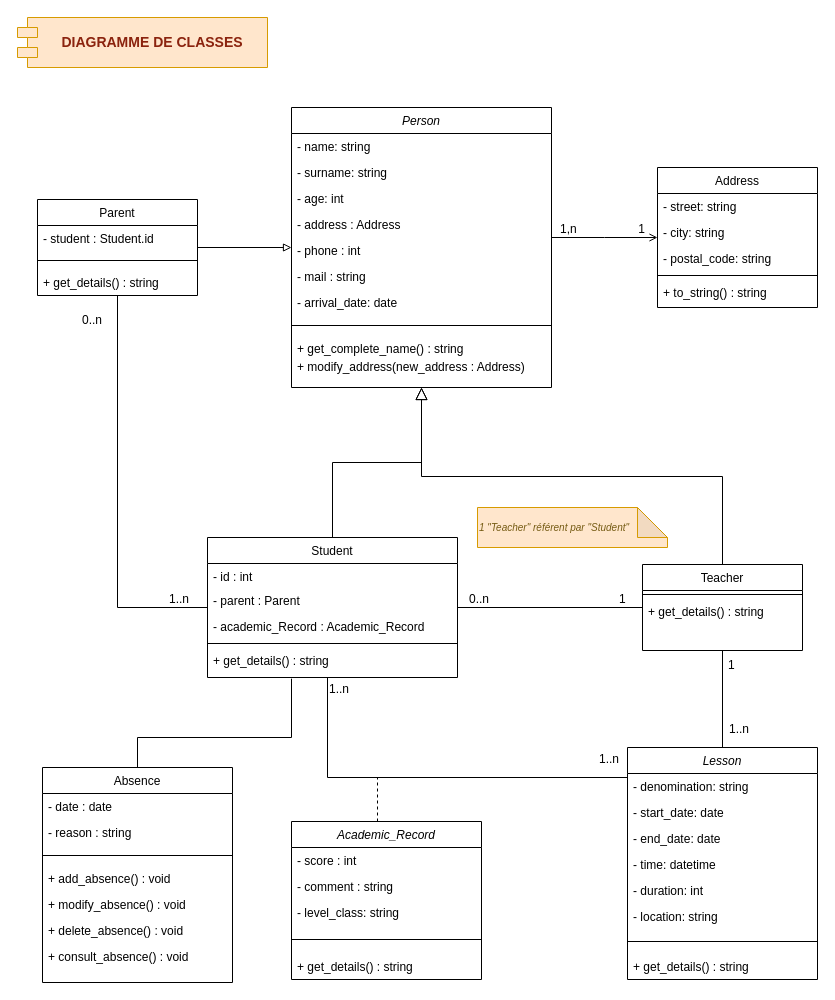
Above: doc/diagrammeClasse.drawio in MelissaHOA/EXO_Gestion_Ecole (draw.io), before the change. Source tidied: cells renumbered, new cells numbered last; positions are measured from the earlier drawing's top-left corner, leaving out a move shared by most shapes. Both pictures are drawn from the tidied source at 100%, with x=0, y=0 at pixel (17, 17).
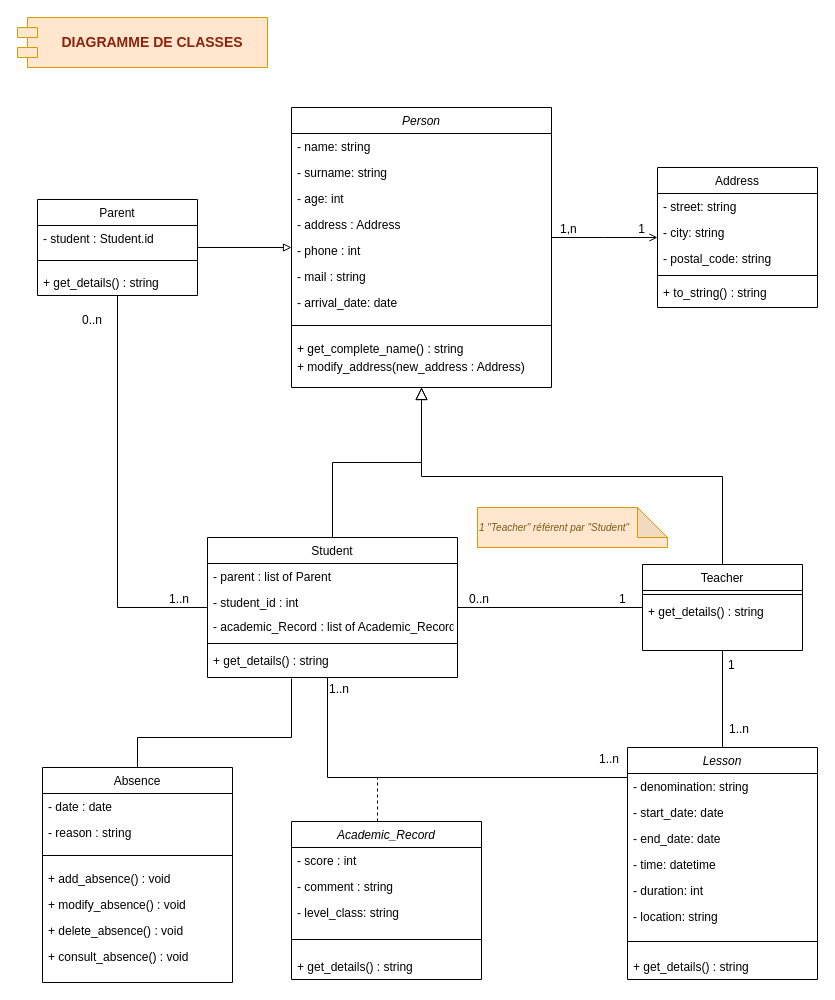
The same diagram, later.

Commit message:
petites corrections de 'student'

Unchanged cells that the change refers to:
```xml
<mxCell id="13" value="Student" style="swimlane;fontStyle=0;align=center;verticalAlign=top;horizontal=1;startSize=26;rounded=0;shadow=0;strokeWidth=1;" parent="1" vertex="1">
  <mxGeometry x="190" y="520" width="250" height="140" as="geometry" />
</mxCell>
```

The edit, as a diff of the source:
```diff
@@
+    <mxCell id="15" value="- parent : list of Parent" style="text;align=left;verticalAlign=top;spacingLeft=4;spacingRight=4;overflow=hidden;" parent="13" vertex="1">
+      <mxGeometry y="26" width="250" height="26" as="geometry" />
+    </mxCell>
-    <mxCell id="14" value="- id : int" style="text;align=left;verticalAlign=top;spacingLeft=4;spacingRight=4;overflow=hidden;" parent="13" vertex="1">
-      <mxGeometry y="26" width="250" height="24" as="geometry" />
+    <mxCell id="14" value="- student_id : int" style="text;align=left;verticalAlign=top;spacingLeft=4;spacingRight=4;overflow=hidden;" parent="13" vertex="1">
+      <mxGeometry y="52" width="250" height="24" as="geometry" />
     </mxCell>
-    <mxCell id="15" value="- parent : Parent" style="text;align=left;verticalAlign=top;spacingLeft=4;spacingRight=4;overflow=hidden;" parent="13" vertex="1">
-      <mxGeometry y="50" width="250" height="26" as="geometry" />
-    </mxCell>
-    <mxCell id="16" value="- academic_Record : Academic_Record" style="text;align=left;verticalAlign=top;spacingLeft=4;spacingRight=4;overflow=hidden;" parent="13" vertex="1">
+    <mxCell id="16" value="- academic_Record : list of Academic_Record" style="text;align=left;verticalAlign=top;spacingLeft=4;spacingRight=4;overflow=hidden;" parent="13" vertex="1">
       <mxGeometry y="76" width="250" height="26" as="geometry" />
     </mxCell>
```
